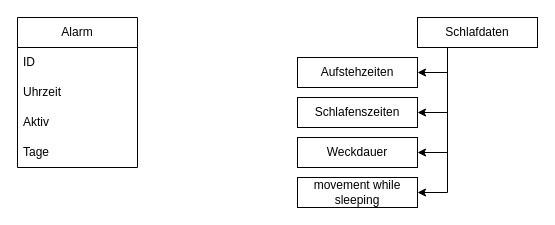
This is page "DB Config" (3 of 6) of planung/wecker.drawio from jannis1602/SmartAlarmClock, a draw.io file, before an edit. Source tidied: cells renumbered, new cells numbered last; positions are measured from the earlier drawing's top-left corner, leaving out a move shared by most shapes. Both pictures are drawn from the tidied source at 100%, with x=0, y=0 at pixel (17, 17).
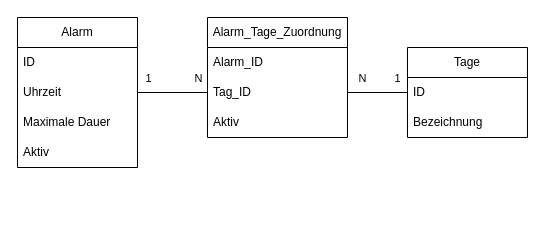
The same diagram, later.

Unchanged cells that the change refers to:
```xml
<mxCell id="2" value="Alarm" style="swimlane;fontStyle=0;horizontal=1;startSize=30;whiteSpace=wrap;html=1;" parent="1" vertex="1">
  <mxGeometry width="120" height="150" as="geometry" />
</mxCell>
<mxCell id="4" value="Uhrzeit" style="text;strokeColor=none;fillColor=none;align=left;verticalAlign=middle;spacingLeft=4;spacingRight=4;overflow=hidden;points=[[0,0.5],[1,0.5]];portConstraint=eastwest;whiteSpace=wrap;html=1;" parent="2" vertex="1">
  <mxGeometry y="60" width="120" height="30" as="geometry" />
</mxCell>
```

Diff of the diagram source:
```diff
@@
+    <mxCell id="16" value="Maximale Dauer" style="text;strokeColor=none;fillColor=none;align=left;verticalAlign=middle;spacingLeft=4;spacingRight=4;overflow=hidden;whiteSpace=wrap;html=1;" parent="2" vertex="1">
+      <mxGeometry y="90" width="120" height="30" as="geometry" />
+    </mxCell>
     <mxCell id="5" value="Aktiv" style="text;strokeColor=none;fillColor=none;align=left;verticalAlign=middle;spacingLeft=4;spacingRight=4;overflow=hidden;whiteSpace=wrap;html=1;" parent="2" vertex="1">
-      <mxGeometry y="90" width="120" height="30" as="geometry" />
+      <mxGeometry y="120" width="120" height="30" as="geometry" />
     </mxCell>
-    <mxCell id="6" value="Tage" style="text;strokeColor=none;fillColor=none;align=left;verticalAlign=middle;spacingLeft=4;spacingRight=4;overflow=hidden;whiteSpace=wrap;html=1;" parent="2" vertex="1">
-      <mxGeometry y="120" width="120" height="30" as="geometry" />
+    <mxCell id="6" value="Tage" style="swimlane;fontStyle=0;horizontal=1;startSize=30;whiteSpace=wrap;html=1;" parent="1" vertex="1">
+      <mxGeometry x="390" y="30" width="120" height="90" as="geometry" />
     </mxCell>
-    <mxCell id="7" style="edgeStyle=orthogonalEdgeStyle;rounded=0;jettySize=auto;html=1;exitX=0.25;exitY=1;exitDx=0;exitDy=0;entryX=1;entryY=0.5;entryDx=0;entryDy=0;" parent="1" edge="1" source="11" target="12">
-      <mxGeometry relative="1" as="geometry">
-        <Array as="points">
-          <mxPoint x="430" y="55" />
-        </Array>
-      </mxGeometry>
-    </mxCell>
-    <mxCell id="8" style="edgeStyle=orthogonalEdgeStyle;rounded=0;jettySize=auto;html=1;exitX=0.25;exitY=1;exitDx=0;exitDy=0;entryX=1;entryY=0.5;entryDx=0;entryDy=0;" parent="1" edge="1" source="11" target="13">
-      <mxGeometry relative="1" as="geometry" />
-    </mxCell>
-    <mxCell id="9" style="edgeStyle=orthogonalEdgeStyle;rounded=0;jettySize=auto;html=1;exitX=0.25;exitY=1;exitDx=0;exitDy=0;entryX=1;entryY=0.5;entryDx=0;entryDy=0;" parent="1" edge="1" source="11" target="14">
-      <mxGeometry relative="1" as="geometry" />
-    </mxCell>
-    <mxCell id="10" style="edgeStyle=orthogonalEdgeStyle;rounded=0;jettySize=auto;html=1;exitX=0.25;exitY=1;exitDx=0;exitDy=0;entryX=1;entryY=0.5;entryDx=0;entryDy=0;" parent="1" edge="1" source="11" target="15">
-      <mxGeometry relative="1" as="geometry" />
-    </mxCell>
-    <mxCell id="11" value="Schlafdaten" style="rounded=0;whiteSpace=wrap;html=1;" parent="1" vertex="1">
-      <mxGeometry x="400" width="120" height="30" as="geometry" />
-    </mxCell>
-    <mxCell id="12" value="Aufstehzeiten" style="rounded=0;whiteSpace=wrap;html=1;" parent="1" vertex="1">
-      <mxGeometry x="280" y="40" width="120" height="30" as="geometry" />
-    </mxCell>
-    <mxCell id="13" value="Schlafenszeiten" style="rounded=0;whiteSpace=wrap;html=1;" parent="1" vertex="1">
-      <mxGeometry x="280" y="80" width="120" height="30" as="geometry" />
-    </mxCell>
-    <mxCell id="14" value="Weckdauer" style="rounded=0;whiteSpace=wrap;html=1;" parent="1" vertex="1">
-      <mxGeometry x="280" y="120" width="120" height="30" as="geometry" />
-    </mxCell>
-    <mxCell id="15" value="movement while sleeping" style="rounded=0;whiteSpace=wrap;html=1;" parent="1" vertex="1">
-      <mxGeometry x="280" y="160" width="120" height="30" as="geometry" />
-    </mxCell>
+    <mxCell id="17" value="ID" style="text;strokeColor=none;fillColor=none;align=left;verticalAlign=middle;spacingLeft=4;spacingRight=4;overflow=hidden;points=[[0,0.5],[1,0.5]];portConstraint=eastwest;whiteSpace=wrap;html=1;" parent="6" vertex="1">
+      <mxGeometry y="30" width="120" height="30" as="geometry" />
+    </mxCell>
+    <mxCell id="18" value="Bezeichnung" style="text;strokeColor=none;fillColor=none;align=left;verticalAlign=middle;spacingLeft=4;spacingRight=4;overflow=hidden;whiteSpace=wrap;html=1;" parent="6" vertex="1">
+      <mxGeometry y="60" width="120" height="30" as="geometry" />
+    </mxCell>
+    <mxCell id="19" value="Alarm_Tage_Zuordnung" style="swimlane;fontStyle=0;horizontal=1;startSize=30;whiteSpace=wrap;html=1;" parent="1" vertex="1">
+      <mxGeometry x="190" width="140" height="120" as="geometry" />
+    </mxCell>
+    <mxCell id="20" value="Alarm_ID" style="text;strokeColor=none;fillColor=none;align=left;verticalAlign=middle;spacingLeft=4;spacingRight=4;overflow=hidden;whiteSpace=wrap;html=1;" parent="19" vertex="1">
+      <mxGeometry y="30" width="140" height="30" as="geometry" />
+    </mxCell>
+    <mxCell id="21" value="Tag_ID" style="text;strokeColor=none;fillColor=none;align=left;verticalAlign=middle;spacingLeft=4;spacingRight=4;overflow=hidden;points=[[0,0.5],[1,0.5]];portConstraint=eastwest;whiteSpace=wrap;html=1;" parent="19" vertex="1">
+      <mxGeometry y="60" width="140" height="30" as="geometry" />
+    </mxCell>
+    <mxCell id="22" value="Aktiv" style="text;strokeColor=none;fillColor=none;align=left;verticalAlign=middle;spacingLeft=4;spacingRight=4;overflow=hidden;whiteSpace=wrap;html=1;" parent="19" vertex="1">
+      <mxGeometry y="90" width="140" height="30" as="geometry" />
+    </mxCell>
+    <mxCell id="23" style="edgeStyle=orthogonalEdgeStyle;rounded=0;jettySize=auto;html=1;entryX=0;entryY=0.5;entryDx=0;entryDy=0;endArrow=none;endFill=0;" parent="1" edge="1" source="4" target="21">
+      <mxGeometry relative="1" as="geometry" />
+    </mxCell>
+    <mxCell id="24" value="1" style="edgeLabel;html=1;align=center;verticalAlign=middle;" parent="23" vertex="1">
+      <mxGeometry x="-0.6" y="1" relative="1" as="geometry">
+        <mxPoint x="-4" y="-14" as="offset" />
+      </mxGeometry>
+    </mxCell>
+    <mxCell id="25" value="N" style="edgeLabel;html=1;align=center;verticalAlign=middle;" parent="23" vertex="1">
+      <mxGeometry x="0.46" y="4" relative="1" as="geometry">
+        <mxPoint x="9" y="-11" as="offset" />
+      </mxGeometry>
+    </mxCell>
+    <mxCell id="26" style="edgeStyle=orthogonalEdgeStyle;rounded=0;jettySize=auto;html=1;entryX=1;entryY=0.5;entryDx=0;entryDy=0;endArrow=none;endFill=0;" parent="1" edge="1" source="17" target="21">
+      <mxGeometry relative="1" as="geometry" />
+    </mxCell>
+    <mxCell id="27" value="1" style="edgeLabel;html=1;align=center;verticalAlign=middle;" parent="26" vertex="1">
+      <mxGeometry x="-0.63" y="-1" relative="1" as="geometry">
+        <mxPoint y="-14" as="offset" />
+      </mxGeometry>
+    </mxCell>
+    <mxCell id="28" value="N" style="edgeLabel;html=1;align=center;verticalAlign=middle;" parent="26" vertex="1">
+      <mxGeometry x="0.53" y="-1" relative="1" as="geometry">
+        <mxPoint y="-14" as="offset" />
+      </mxGeometry>
+    </mxCell>
```
